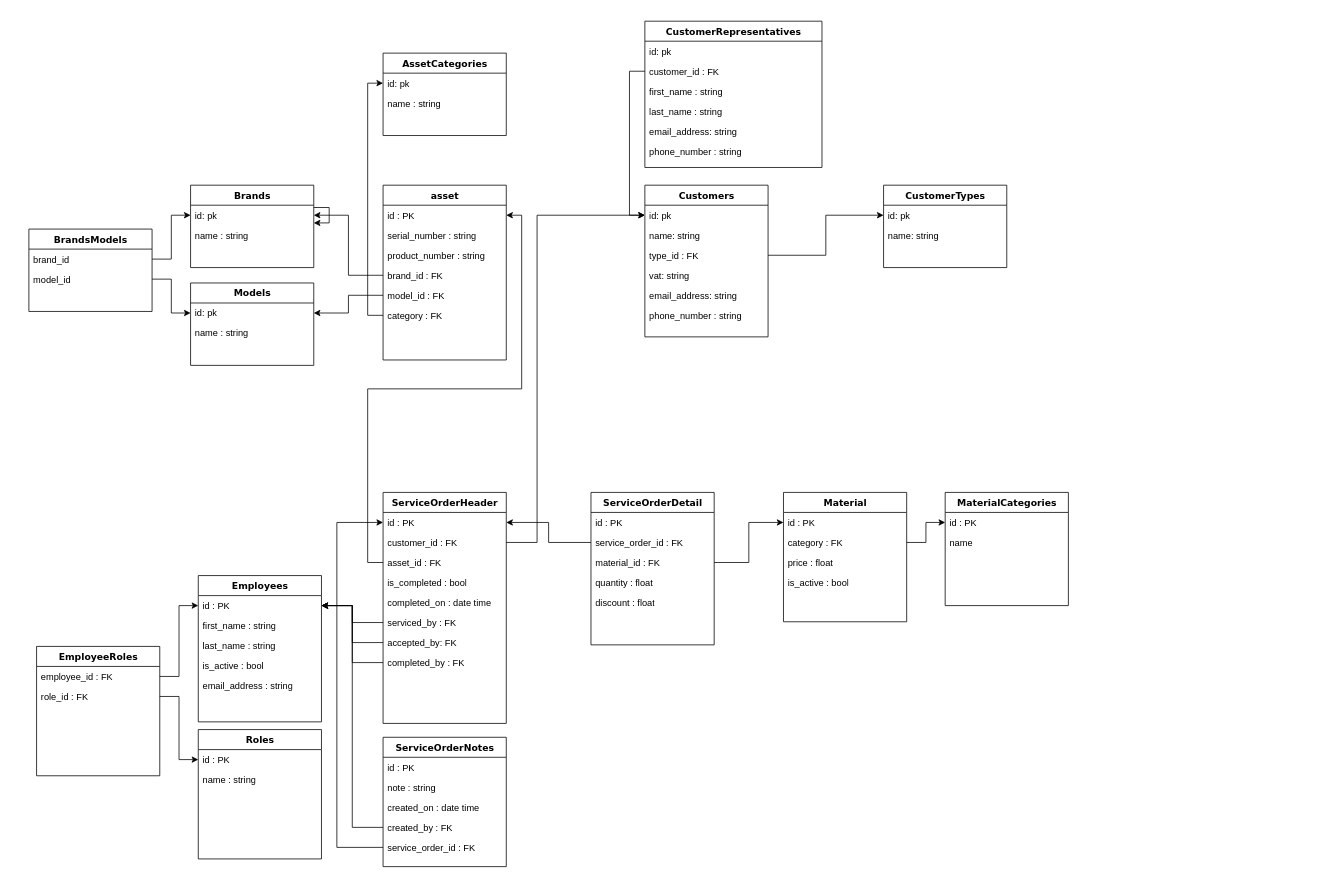
Before: db_diagram.drawio in svetlinst/Service-manager, a draw.io diagram. Source tidied: cells renumbered, new cells numbered last; positions are measured from the earlier drawing's top-left corner, leaving out a move shared by most shapes. Both pictures are drawn from the tidied source at 77%, with x=0, y=0 at pixel (28, 21).
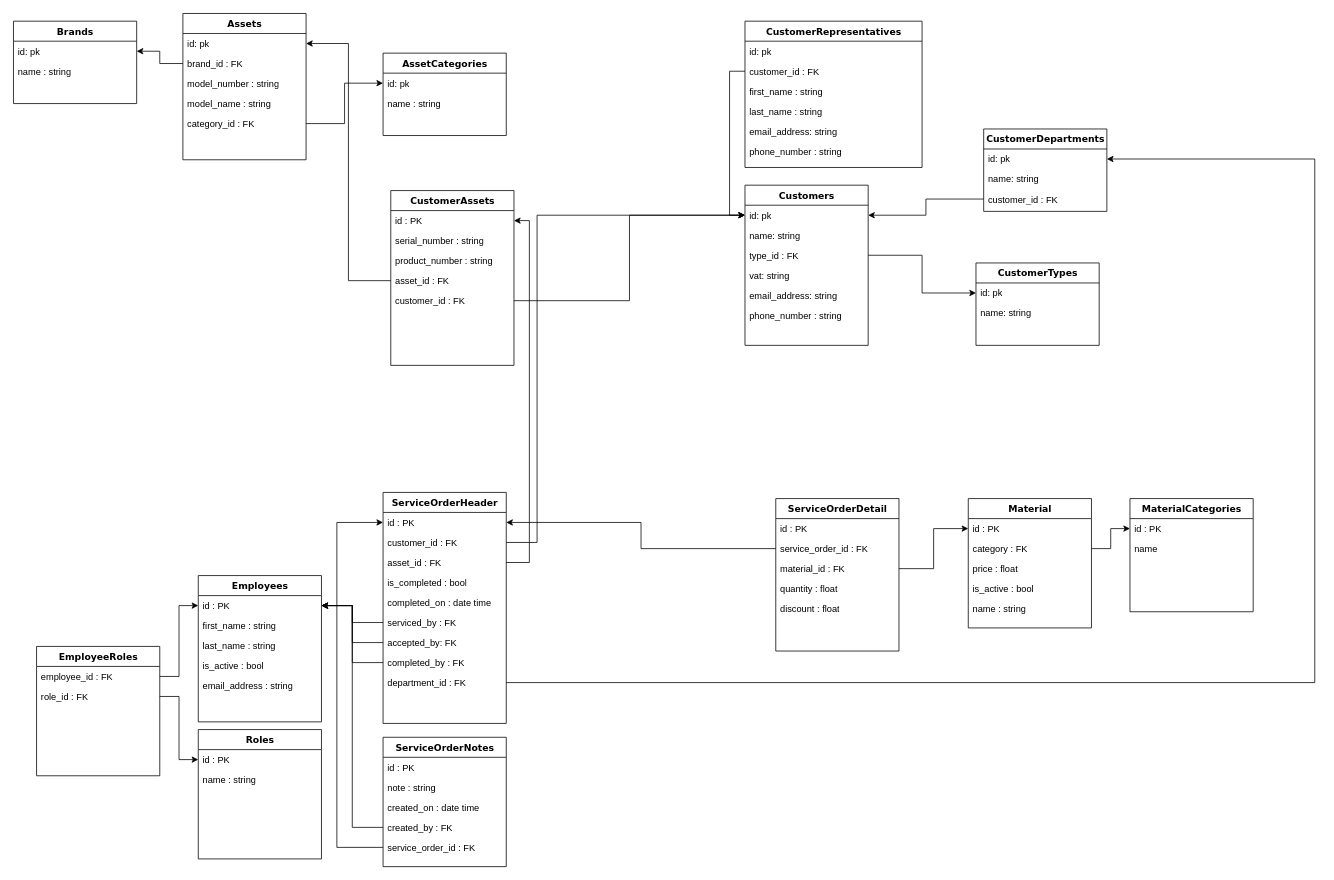
The same page after the edit.

Unchanged cells that the change refers to:
```xml
<mxCell id="10" value="id: pk" style="text;html=1;strokeColor=none;fillColor=none;align=left;verticalAlign=top;spacingLeft=4;spacingRight=4;whiteSpace=wrap;overflow=hidden;points=[[0,0.5],[1,0.5]];portConstraint=eastwest;" parent="9" vertex="1">
  <mxGeometry y="26" width="160" height="26" as="geometry" />
</mxCell>
<mxCell id="19" value="ServiceOrderHeader" style="swimlane;html=1;fontStyle=1;align=center;verticalAlign=top;horizontal=1;startSize=26;swimlaneFillColor=#ffffff;rounded=0;shadow=0;comic=0;labelBackgroundColor=none;strokeWidth=1;fillColor=none;fontFamily=Verdana;fontSize=12;" parent="1" vertex="1">
  <mxGeometry x="460" y="612" width="160" height="300" as="geometry" />
</mxCell>
<mxCell id="51" value="id: pk" style="text;html=1;strokeColor=none;fillColor=none;align=left;verticalAlign=top;spacingLeft=4;spacingRight=4;whiteSpace=wrap;overflow=hidden;points=[[0,0.5],[1,0.5]];portConstraint=eastwest;" parent="50" vertex="1">
  <mxGeometry y="26" width="160" height="26" as="geometry" />
</mxCell>
<mxCell id="54" value="id: pk" style="text;html=1;strokeColor=none;fillColor=none;align=left;verticalAlign=top;spacingLeft=4;spacingRight=4;whiteSpace=wrap;overflow=hidden;points=[[0,0.5],[1,0.5]];portConstraint=eastwest;" parent="53" vertex="1">
  <mxGeometry y="26" width="160" height="26" as="geometry" />
</mxCell>
```

The edit, as a diff of the source:
```diff
@@
-    <mxCell id="2" value="asset" style="swimlane;html=1;fontStyle=1;align=center;verticalAlign=top;horizontal=1;startSize=26;swimlaneFillColor=#ffffff;rounded=0;shadow=0;comic=0;labelBackgroundColor=none;strokeWidth=1;fillColor=none;fontFamily=Verdana;fontSize=12;" parent="1" vertex="1">
-      <mxGeometry x="460" y="213" width="160" height="227" as="geometry" />
+    <mxCell id="2" value="CustomerAssets" style="swimlane;html=1;fontStyle=1;align=center;verticalAlign=top;horizontal=1;startSize=26;swimlaneFillColor=#ffffff;rounded=0;shadow=0;comic=0;labelBackgroundColor=none;strokeWidth=1;fillColor=none;fontFamily=Verdana;fontSize=12;" parent="1" vertex="1">
+      <mxGeometry x="470" y="220" width="160" height="227" as="geometry" />
     </mxCell>
@@
-    <mxCell id="6" value="brand_id : FK" style="text;html=1;strokeColor=none;fillColor=none;align=left;verticalAlign=top;spacingLeft=4;spacingRight=4;whiteSpace=wrap;overflow=hidden;points=[[0,0.5],[1,0.5]];portConstraint=eastwest;" parent="2" vertex="1">
-      <mxGeometry y="104" width="160" height="26" as="geometry" />
-    </mxCell>
-    <mxCell id="7" value="model_id : FK" style="text;html=1;strokeColor=none;fillColor=none;align=left;verticalAlign=top;spacingLeft=4;spacingRight=4;whiteSpace=wrap;overflow=hidden;points=[[0,0.5],[1,0.5]];portConstraint=eastwest;" parent="2" vertex="1">
-      <mxGeometry y="130" width="160" height="26" as="geometry" />
+    <mxCell id="7" value="asset_id : FK" style="text;html=1;strokeColor=none;fillColor=none;align=left;verticalAlign=top;spacingLeft=4;spacingRight=4;whiteSpace=wrap;overflow=hidden;points=[[0,0.5],[1,0.5]];portConstraint=eastwest;" parent="2" vertex="1">
+      <mxGeometry y="104" width="160" height="26" as="geometry" />
     </mxCell>
-    <mxCell id="8" value="category : FK" style="text;html=1;strokeColor=none;fillColor=none;align=left;verticalAlign=top;spacingLeft=4;spacingRight=4;whiteSpace=wrap;overflow=hidden;points=[[0,0.5],[1,0.5]];portConstraint=eastwest;" parent="2" vertex="1">
-      <mxGeometry y="156" width="160" height="26" as="geometry" />
-    </mxCell>
+    <mxCell id="99" value="customer_id : FK" style="text;html=1;strokeColor=none;fillColor=none;align=left;verticalAlign=top;spacingLeft=4;spacingRight=4;whiteSpace=wrap;overflow=hidden;points=[[0,0.5],[1,0.5]];portConstraint=eastwest;" parent="2" vertex="1">
+      <mxGeometry y="130" width="160" height="26" as="geometry" />
+    </mxCell>
     <mxCell id="9" value="Customers" style="swimlane;html=1;fontStyle=1;align=center;verticalAlign=top;horizontal=1;startSize=26;swimlaneFillColor=#ffffff;rounded=0;shadow=0;comic=0;labelBackgroundColor=none;strokeWidth=1;fillColor=none;fontFamily=Verdana;fontSize=12;" parent="1" vertex="1">
-      <mxGeometry x="800" y="213" width="160" height="197" as="geometry" />
+      <mxGeometry x="930" y="213" width="160" height="208" as="geometry" />
     </mxCell>
@@
     <mxCell id="16" value="CustomerTypes" style="swimlane;html=1;fontStyle=1;align=center;verticalAlign=top;horizontal=1;startSize=26;swimlaneFillColor=#ffffff;rounded=0;shadow=0;comic=0;labelBackgroundColor=none;strokeWidth=1;fillColor=none;fontFamily=Verdana;fontSize=12;" parent="1" vertex="1">
-      <mxGeometry x="1110" y="213" width="160" height="107" as="geometry" />
+      <mxGeometry x="1230" y="314" width="160" height="107" as="geometry" />
     </mxCell>
@@
+    <mxCell id="100" value="department_id : FK" style="text;html=1;strokeColor=none;fillColor=none;align=left;verticalAlign=top;spacingLeft=4;spacingRight=4;whiteSpace=wrap;overflow=hidden;points=[[0,0.5],[1,0.5]];portConstraint=eastwest;" parent="19" vertex="1">
+      <mxGeometry y="234" width="160" height="26" as="geometry" />
+    </mxCell>
     <mxCell id="28" value="ServiceOrderDetail" style="swimlane;html=1;fontStyle=1;align=center;verticalAlign=top;horizontal=1;startSize=26;swimlaneFillColor=#ffffff;rounded=0;shadow=0;comic=0;labelBackgroundColor=none;strokeWidth=1;fillColor=none;fontFamily=Verdana;fontSize=12;" parent="1" vertex="1">
-      <mxGeometry x="730" y="612" width="160" height="198" as="geometry" />
+      <mxGeometry x="970" y="620" width="160" height="198" as="geometry" />
     </mxCell>
@@
     <mxCell id="34" value="Material" style="swimlane;html=1;fontStyle=1;align=center;verticalAlign=top;horizontal=1;startSize=26;swimlaneFillColor=#ffffff;rounded=0;shadow=0;comic=0;labelBackgroundColor=none;strokeWidth=1;fillColor=none;fontFamily=Verdana;fontSize=12;" parent="1" vertex="1">
-      <mxGeometry x="980" y="612" width="160" height="168" as="geometry" />
+      <mxGeometry x="1220" y="620" width="160" height="168" as="geometry" />
     </mxCell>
@@
+    <mxCell id="59" value="name : string" style="text;html=1;strokeColor=none;fillColor=none;align=left;verticalAlign=top;spacingLeft=4;spacingRight=4;whiteSpace=wrap;overflow=hidden;" parent="34" vertex="1">
+      <mxGeometry y="130" width="160" height="26" as="geometry" />
+    </mxCell>
     <mxCell id="39" value="MaterialCategories" style="swimlane;html=1;fontStyle=1;align=center;verticalAlign=top;horizontal=1;startSize=26;swimlaneFillColor=#ffffff;rounded=0;shadow=0;comic=0;labelBackgroundColor=none;strokeWidth=1;fillColor=none;fontFamily=Verdana;fontSize=12;" parent="1" vertex="1">
-      <mxGeometry x="1190" y="612" width="160" height="147" as="geometry" />
+      <mxGeometry x="1430" y="620" width="160" height="147" as="geometry" />
     </mxCell>
@@
     <mxCell id="42" value="CustomerRepresentatives" style="swimlane;html=1;fontStyle=1;align=center;verticalAlign=top;horizontal=1;startSize=26;swimlaneFillColor=#ffffff;rounded=0;shadow=0;comic=0;labelBackgroundColor=none;strokeWidth=1;fillColor=none;fontFamily=Verdana;fontSize=12;" parent="1" vertex="1">
-      <mxGeometry x="800" width="230" height="190" as="geometry" />
+      <mxGeometry x="930" width="230" height="190" as="geometry" />
     </mxCell>
@@
     <mxCell id="53" value="Brands" style="swimlane;html=1;fontStyle=1;align=center;verticalAlign=top;horizontal=1;startSize=26;swimlaneFillColor=#ffffff;rounded=0;shadow=0;comic=0;labelBackgroundColor=none;strokeWidth=1;fillColor=none;fontFamily=Verdana;fontSize=12;" parent="1" vertex="1">
-      <mxGeometry x="210" y="213" width="160" height="107" as="geometry" />
+      <mxGeometry x="-20" width="160" height="107" as="geometry" />
     </mxCell>
@@
-    <mxCell id="56" style="edgeStyle=orthogonalEdgeStyle;rounded=0;orthogonalLoop=1;jettySize=auto;html=1;" parent="53" edge="1" source="54" target="54">
-      <mxGeometry relative="1" as="geometry" />
-    </mxCell>
-    <mxCell id="57" value="Models" style="swimlane;html=1;fontStyle=1;align=center;verticalAlign=top;horizontal=1;startSize=26;swimlaneFillColor=#ffffff;rounded=0;shadow=0;comic=0;labelBackgroundColor=none;strokeWidth=1;fillColor=none;fontFamily=Verdana;fontSize=12;" parent="1" vertex="1">
-      <mxGeometry x="210" y="340" width="160" height="107" as="geometry" />
-    </mxCell>
-    <mxCell id="58" value="id: pk" style="text;html=1;strokeColor=none;fillColor=none;align=left;verticalAlign=top;spacingLeft=4;spacingRight=4;whiteSpace=wrap;overflow=hidden;points=[[0,0.5],[1,0.5]];portConstraint=eastwest;" parent="57" vertex="1">
-      <mxGeometry y="26" width="160" height="26" as="geometry" />
-    </mxCell>
-    <mxCell id="59" value="name : string" style="text;html=1;strokeColor=none;fillColor=none;align=left;verticalAlign=top;spacingLeft=4;spacingRight=4;whiteSpace=wrap;overflow=hidden;" parent="57" vertex="1">
-      <mxGeometry y="52" width="160" height="26" as="geometry" />
-    </mxCell>
-    <mxCell id="60" style="edgeStyle=orthogonalEdgeStyle;rounded=0;jettySize=auto;html=1;" parent="1" edge="1" source="6" target="54">
-      <mxGeometry relative="1" as="geometry" />
-    </mxCell>
-    <mxCell id="61" style="edgeStyle=orthogonalEdgeStyle;rounded=0;jettySize=auto;html=1;entryX=0;entryY=0.5;entryDx=0;entryDy=0;" parent="1" edge="1" source="8" target="51">
-      <mxGeometry relative="1" as="geometry" />
-    </mxCell>
-    <mxCell id="62" style="edgeStyle=orthogonalEdgeStyle;rounded=0;jettySize=auto;html=1;entryX=1;entryY=0.5;entryDx=0;entryDy=0;" parent="1" edge="1" source="7" target="58">
-      <mxGeometry relative="1" as="geometry" />
-    </mxCell>
-    <mxCell id="63" value="BrandsModels" style="swimlane;html=1;fontStyle=1;align=center;verticalAlign=top;horizontal=1;startSize=26;swimlaneFillColor=#ffffff;rounded=0;shadow=0;comic=0;labelBackgroundColor=none;strokeWidth=1;fillColor=none;fontFamily=Verdana;fontSize=12;" parent="1" vertex="1">
-      <mxGeometry y="270" width="160" height="107" as="geometry" />
-    </mxCell>
-    <mxCell id="64" value="brand_id" style="text;html=1;strokeColor=none;fillColor=none;align=left;verticalAlign=top;spacingLeft=4;spacingRight=4;whiteSpace=wrap;overflow=hidden;points=[[0,0.5],[1,0.5]];portConstraint=eastwest;" parent="63" vertex="1">
-      <mxGeometry y="26" width="160" height="26" as="geometry" />
-    </mxCell>
-    <mxCell id="65" value="model_id" style="text;html=1;strokeColor=none;fillColor=none;align=left;verticalAlign=top;spacingLeft=4;spacingRight=4;whiteSpace=wrap;overflow=hidden;points=[[0,0.5],[1,0.5]];portConstraint=eastwest;" parent="63" vertex="1">
-      <mxGeometry y="52" width="160" height="26" as="geometry" />
-    </mxCell>
-    <mxCell id="66" style="edgeStyle=orthogonalEdgeStyle;rounded=0;jettySize=auto;html=1;entryX=0;entryY=0.5;entryDx=0;entryDy=0;" parent="1" edge="1" source="64" target="54">
-      <mxGeometry relative="1" as="geometry" />
-    </mxCell>
-    <mxCell id="67" style="edgeStyle=orthogonalEdgeStyle;rounded=0;jettySize=auto;html=1;entryX=0;entryY=0.5;entryDx=0;entryDy=0;" parent="1" edge="1" source="65" target="58">
-      <mxGeometry relative="1" as="geometry" />
-    </mxCell>
@@
+    <mxCell id="101" style="edgeStyle=orthogonalEdgeStyle;rounded=0;jettySize=auto;html=1;entryX=0;entryY=0.5;entryDx=0;entryDy=0;" parent="1" edge="1" source="99" target="10">
+      <mxGeometry relative="1" as="geometry" />
+    </mxCell>
+    <mxCell id="102" value="Assets" style="swimlane;html=1;fontStyle=1;align=center;verticalAlign=top;horizontal=1;startSize=26;swimlaneFillColor=#ffffff;rounded=0;shadow=0;comic=0;labelBackgroundColor=none;strokeWidth=1;fillColor=none;fontFamily=Verdana;fontSize=12;" parent="1" vertex="1">
+      <mxGeometry x="200" y="-10" width="160" height="190" as="geometry" />
+    </mxCell>
+    <mxCell id="103" value="id: pk" style="text;html=1;strokeColor=none;fillColor=none;align=left;verticalAlign=top;spacingLeft=4;spacingRight=4;whiteSpace=wrap;overflow=hidden;points=[[0,0.5],[1,0.5]];portConstraint=eastwest;" parent="102" vertex="1">
+      <mxGeometry y="26" width="160" height="26" as="geometry" />
+    </mxCell>
+    <mxCell id="6" value="brand_id : FK" style="text;html=1;strokeColor=none;fillColor=none;align=left;verticalAlign=top;spacingLeft=4;spacingRight=4;whiteSpace=wrap;overflow=hidden;points=[[0,0.5],[1,0.5]];portConstraint=eastwest;" parent="102" vertex="1">
+      <mxGeometry y="52" width="160" height="26" as="geometry" />
+    </mxCell>
+    <mxCell id="104" value="model_number : string" style="text;html=1;strokeColor=none;fillColor=none;align=left;verticalAlign=top;spacingLeft=4;spacingRight=4;whiteSpace=wrap;overflow=hidden;" parent="102" vertex="1">
+      <mxGeometry y="78" width="160" height="26" as="geometry" />
+    </mxCell>
+    <mxCell id="105" value="model_name : string" style="text;html=1;strokeColor=none;fillColor=none;align=left;verticalAlign=top;spacingLeft=4;spacingRight=4;whiteSpace=wrap;overflow=hidden;" parent="102" vertex="1">
+      <mxGeometry y="104" width="160" height="26" as="geometry" />
+    </mxCell>
+    <mxCell id="106" value="category_id : FK" style="text;html=1;strokeColor=none;fillColor=none;align=left;verticalAlign=top;spacingLeft=4;spacingRight=4;whiteSpace=wrap;overflow=hidden;points=[[0,0.5],[1,0.5]];portConstraint=eastwest;" parent="102" vertex="1">
+      <mxGeometry y="130" width="160" height="26" as="geometry" />
+    </mxCell>
+    <mxCell id="60" style="edgeStyle=orthogonalEdgeStyle;rounded=0;jettySize=auto;html=1;entryX=1;entryY=0.5;entryDx=0;entryDy=0;" parent="1" edge="1" source="6" target="54">
+      <mxGeometry relative="1" as="geometry" />
+    </mxCell>
+    <mxCell id="107" style="edgeStyle=orthogonalEdgeStyle;rounded=0;jettySize=auto;html=1;" parent="1" edge="1" source="106" target="51">
+      <mxGeometry relative="1" as="geometry" />
+    </mxCell>
+    <mxCell id="108" style="edgeStyle=orthogonalEdgeStyle;rounded=0;jettySize=auto;html=1;" parent="1" edge="1" source="7" target="103">
+      <mxGeometry relative="1" as="geometry" />
+    </mxCell>
+    <mxCell id="109" value="CustomerDepartments" style="swimlane;html=1;fontStyle=1;align=center;verticalAlign=top;horizontal=1;startSize=26;swimlaneFillColor=#ffffff;rounded=0;shadow=0;comic=0;labelBackgroundColor=none;strokeWidth=1;fillColor=none;fontFamily=Verdana;fontSize=12;" parent="1" vertex="1">
+      <mxGeometry x="1240" y="140" width="160" height="107" as="geometry" />
+    </mxCell>
+    <mxCell id="110" value="id: pk" style="text;html=1;strokeColor=none;fillColor=none;align=left;verticalAlign=top;spacingLeft=4;spacingRight=4;whiteSpace=wrap;overflow=hidden;points=[[0,0.5],[1,0.5]];portConstraint=eastwest;" parent="109" vertex="1">
+      <mxGeometry y="26" width="160" height="26" as="geometry" />
+    </mxCell>
+    <mxCell id="111" value="name: string" style="text;html=1;strokeColor=none;fillColor=none;align=left;verticalAlign=top;spacingLeft=4;spacingRight=4;whiteSpace=wrap;overflow=hidden;" parent="109" vertex="1">
+      <mxGeometry y="52" width="160" height="26" as="geometry" />
+    </mxCell>
+    <mxCell id="112" value="customer_id : FK" style="text;html=1;strokeColor=none;fillColor=none;align=left;verticalAlign=top;spacingLeft=4;spacingRight=4;whiteSpace=wrap;overflow=hidden;points=[[0,0.5],[1,0.5]];portConstraint=eastwest;" parent="109" vertex="1">
+      <mxGeometry y="78" width="160" height="26" as="geometry" />
+    </mxCell>
+    <mxCell id="113" style="edgeStyle=orthogonalEdgeStyle;rounded=0;jettySize=auto;html=1;entryX=1;entryY=0.5;entryDx=0;entryDy=0;" parent="1" edge="1" source="112" target="10">
+      <mxGeometry relative="1" as="geometry" />
+    </mxCell>
+    <mxCell id="114" style="edgeStyle=orthogonalEdgeStyle;rounded=0;jettySize=auto;html=1;" parent="1" edge="1" source="100" target="110">
+      <mxGeometry relative="1" as="geometry">
+        <Array as="points">
+          <mxPoint x="1670" y="859" />
+          <mxPoint x="1670" y="179" />
+        </Array>
+      </mxGeometry>
+    </mxCell>
```
